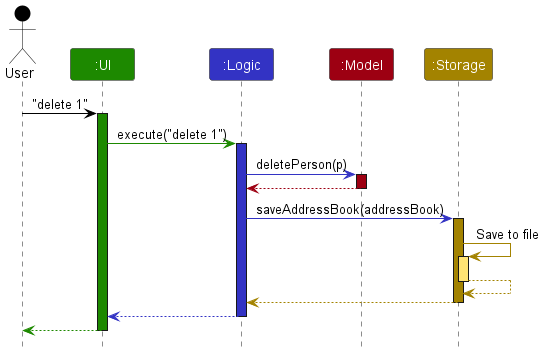
The PlantUML diagram docs/images/ArchitectureSequenceDiagram.png in nus-cs2103-AY2324S2/tp, before a commit. Its source is kept beside it as docs/diagrams/ArchitectureSequenceDiagram.puml.
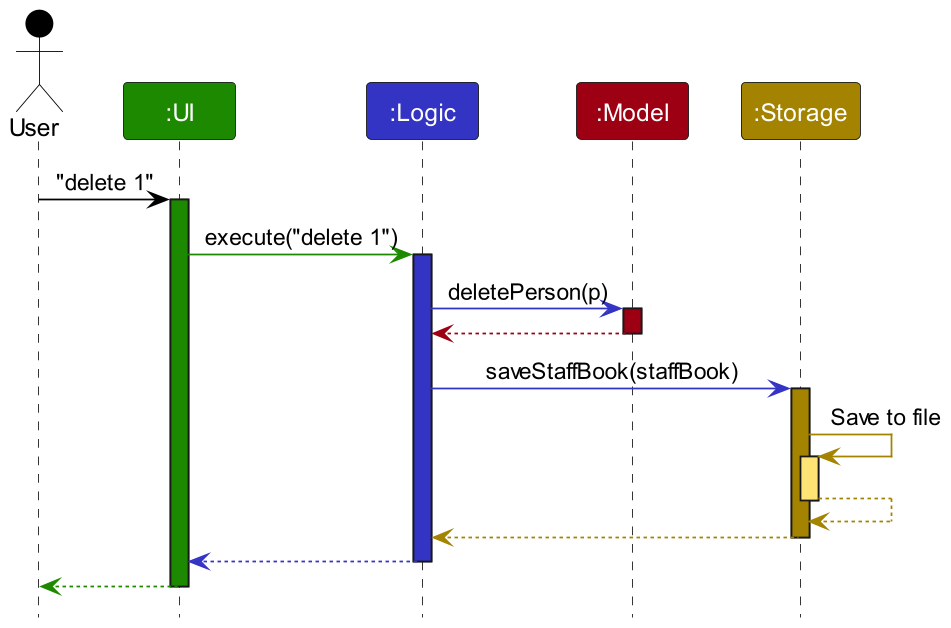
After the commit.

What changed in the source:
```diff
@@ -20,7 +20,7 @@
 model -[MODEL_COLOR]-> logic
 deactivate model
 
-logic -[LOGIC_COLOR]> storage : saveAddressBook(staffBook)
+logic -[LOGIC_COLOR]> storage : saveStaffBook(staffBook)
 activate storage STORAGE_COLOR
 
 storage -[STORAGE_COLOR]> storage : Save to file
```
